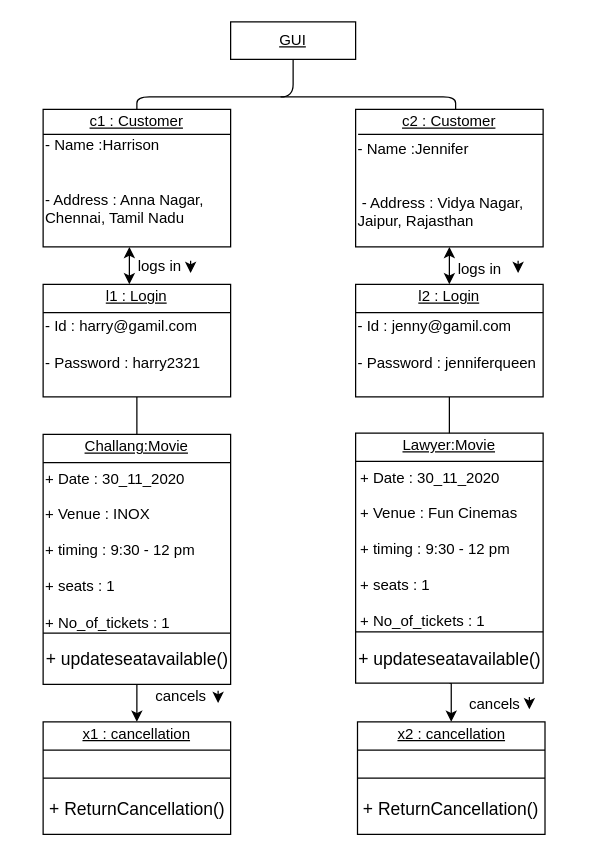
Earlier version of the draw.io diagram OD(Cancel).drawio (omanshagrawal21/Movie-ticket). Source tidied: cells renumbered, new cells numbered last; positions are measured from the earlier drawing's top-left corner, leaving out a move shared by most shapes. Both pictures are drawn from the tidied source at 125%, with x=0, y=0 at pixel (20, 21).
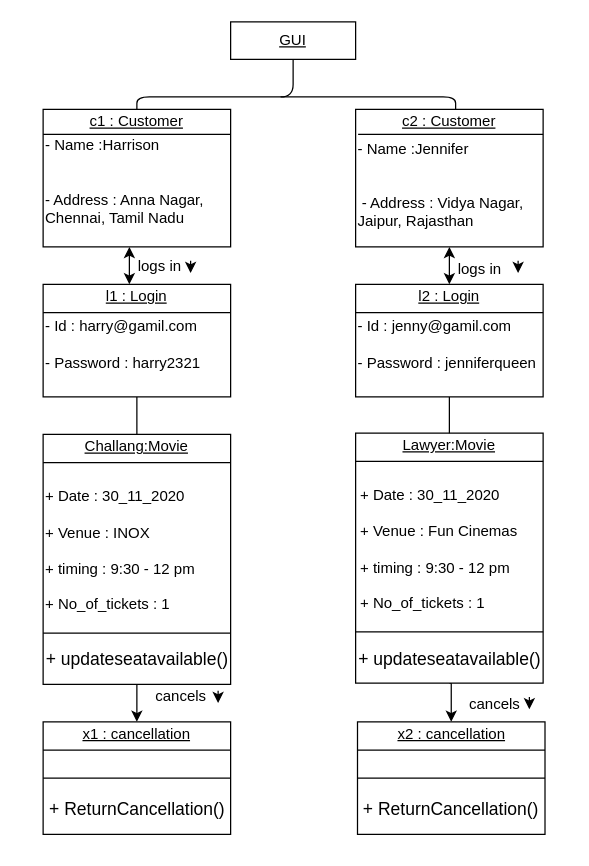
The same page after the edit.

Change to the diagram source:
```diff
@@
-    <mxCell id="34" value="&lt;div align=&quot;left&quot;&gt;&lt;br&gt;&lt;/div&gt;&lt;div align=&quot;left&quot;&gt;+ Date : 30_11_2020&lt;br&gt;&lt;/div&gt;&lt;div align=&quot;left&quot;&gt;&lt;br&gt;&lt;/div&gt;&lt;div align=&quot;left&quot;&gt;+ Venue : INOX&lt;/div&gt;&lt;div align=&quot;left&quot;&gt;&lt;br&gt;&lt;/div&gt;&lt;div align=&quot;left&quot;&gt;+ timing : 9:30 - 12 pm&lt;/div&gt;&lt;div align=&quot;left&quot;&gt;&lt;br&gt;&lt;/div&gt;&lt;div align=&quot;left&quot;&gt;+ seats : 1&lt;/div&gt;&lt;div align=&quot;left&quot;&gt;&lt;br&gt;&lt;/div&gt;&lt;div align=&quot;left&quot;&gt;+ No_of_tickets : 1&lt;br&gt;&lt;/div&gt;&lt;div align=&quot;left&quot;&gt;&lt;br&gt;&lt;/div&gt;&lt;div align=&quot;left&quot;&gt;&lt;br&gt;&lt;/div&gt;" style="text;html=1;strokeColor=none;fillColor=none;align=left;verticalAlign=middle;whiteSpace=wrap;rounded=0;" parent="1" vertex="1">
+    <mxCell id="34" value="&lt;div align=&quot;left&quot;&gt;&lt;br&gt;&lt;/div&gt;&lt;div align=&quot;left&quot;&gt;+ Date : 30_11_2020&lt;br&gt;&lt;/div&gt;&lt;div align=&quot;left&quot;&gt;&lt;br&gt;&lt;/div&gt;&lt;div align=&quot;left&quot;&gt;+ Venue : INOX&lt;/div&gt;&lt;div align=&quot;left&quot;&gt;&lt;br&gt;&lt;/div&gt;&lt;div align=&quot;left&quot;&gt;+ timing : 9:30 - 12 pm&lt;/div&gt;&lt;div align=&quot;left&quot;&gt;&lt;br&gt;&lt;/div&gt;&lt;div align=&quot;left&quot;&gt;+ No_of_tickets : 1&lt;br&gt;&lt;/div&gt;&lt;div align=&quot;left&quot;&gt;&lt;br&gt;&lt;/div&gt;&lt;div align=&quot;left&quot;&gt;&lt;br&gt;&lt;/div&gt;" style="text;html=1;strokeColor=none;fillColor=none;align=left;verticalAlign=middle;whiteSpace=wrap;rounded=0;" parent="1" vertex="1">
       <mxGeometry x="18" y="390" width="150" height="80" as="geometry" />
     </mxCell>
@@
-    <mxCell id="42" value="&lt;div align=&quot;left&quot;&gt;&lt;br&gt;&lt;/div&gt;&lt;div align=&quot;left&quot;&gt;+ Date : 30_11_2020&lt;br&gt;&lt;/div&gt;&lt;div align=&quot;left&quot;&gt;&lt;br&gt;&lt;/div&gt;&lt;div align=&quot;left&quot;&gt;+ Venue : Fun Cinemas&lt;br&gt;&lt;/div&gt;&lt;div align=&quot;left&quot;&gt;&lt;br&gt;&lt;/div&gt;&lt;div align=&quot;left&quot;&gt;+ timing : 9:30 - 12 pm&lt;/div&gt;&lt;div align=&quot;left&quot;&gt;&lt;br&gt;&lt;/div&gt;&lt;div align=&quot;left&quot;&gt;+ seats : 1&lt;/div&gt;&lt;div align=&quot;left&quot;&gt;&lt;br&gt;&lt;/div&gt;&lt;div align=&quot;left&quot;&gt;+ No_of_tickets : 1&lt;br&gt;&lt;/div&gt;&lt;div align=&quot;left&quot;&gt;&lt;br&gt;&lt;/div&gt;&lt;div align=&quot;left&quot;&gt;&lt;br&gt;&lt;/div&gt;" style="text;html=1;strokeColor=none;fillColor=none;align=left;verticalAlign=middle;whiteSpace=wrap;rounded=0;" parent="1" vertex="1">
+    <mxCell id="42" value="&lt;div align=&quot;left&quot;&gt;&lt;br&gt;&lt;/div&gt;&lt;div align=&quot;left&quot;&gt;+ Date : 30_11_2020&lt;br&gt;&lt;/div&gt;&lt;div align=&quot;left&quot;&gt;&lt;br&gt;&lt;/div&gt;&lt;div align=&quot;left&quot;&gt;+ Venue : Fun Cinemas&lt;br&gt;&lt;/div&gt;&lt;div align=&quot;left&quot;&gt;&lt;br&gt;&lt;/div&gt;&lt;div align=&quot;left&quot;&gt;+ timing : 9:30 - 12 pm&lt;/div&gt;&lt;div align=&quot;left&quot;&gt;&lt;br&gt;&lt;/div&gt;&lt;div align=&quot;left&quot;&gt;+ No_of_tickets : 1&lt;br&gt;&lt;/div&gt;&lt;div align=&quot;left&quot;&gt;&lt;br&gt;&lt;/div&gt;&lt;div align=&quot;left&quot;&gt;&lt;br&gt;&lt;/div&gt;" style="text;html=1;strokeColor=none;fillColor=none;align=left;verticalAlign=middle;whiteSpace=wrap;rounded=0;" parent="1" vertex="1">
       <mxGeometry x="269.5" y="389" width="150" height="80" as="geometry" />
     </mxCell>
```
